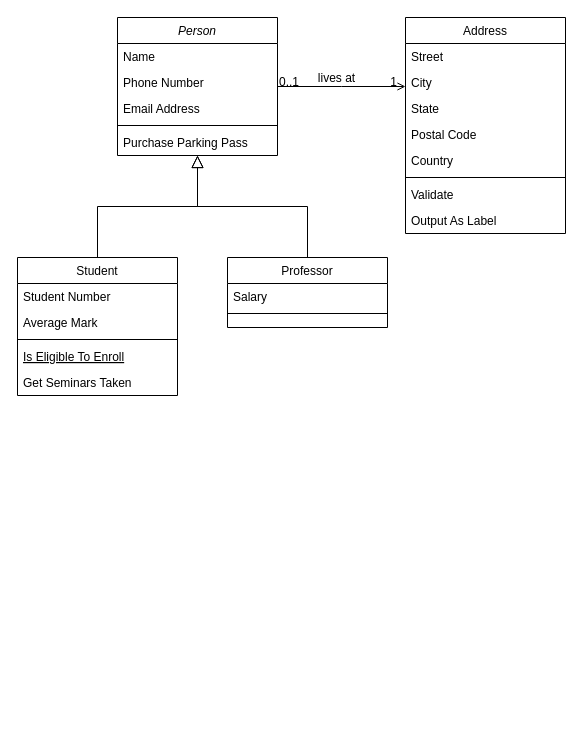
Bilaaaazaa/Web keeps this draw.io diagram as Class-Diagram-Perpus-Digital.drawio. Above is the earlier version. Source tidied: cells renumbered, new cells numbered last; positions are measured from the earlier drawing's top-left corner, leaving out a move shared by most shapes. Both pictures are drawn from the tidied source at 100%, with x=0, y=0 at pixel (17, 17).
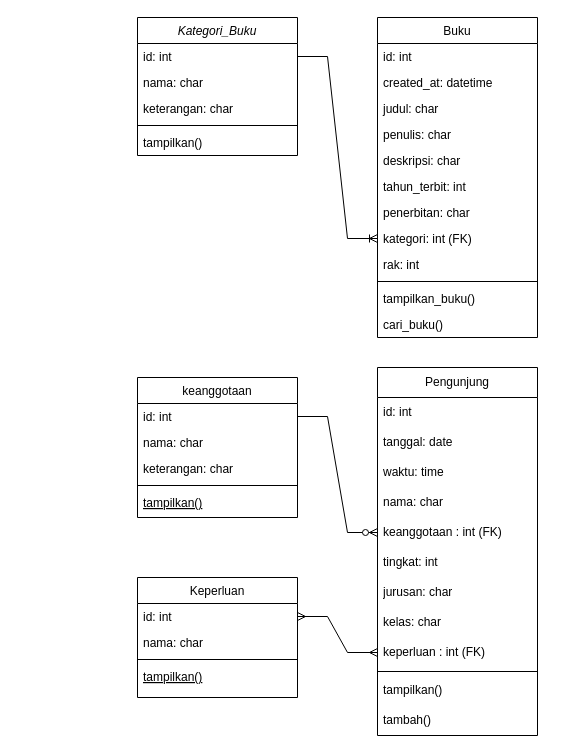
Above is the later version.

What changed in the source:
```diff
@@
-    <mxCell id="2" value="Person" style="swimlane;fontStyle=2;align=center;verticalAlign=top;horizontal=1;startSize=26;rounded=0;shadow=0;strokeWidth=1;" parent="1" vertex="1">
-      <mxGeometry x="100" width="160" height="138" as="geometry" />
+    <mxCell id="2" value="Kategori_Buku&#10;" style="swimlane;fontStyle=2;align=center;verticalAlign=top;horizontal=1;startSize=26;rounded=0;shadow=0;strokeWidth=1;" parent="1" vertex="1">
+      <mxGeometry x="120" width="160" height="138" as="geometry" />
     </mxCell>
-    <mxCell id="3" value="Name" style="text;align=left;verticalAlign=top;spacingLeft=4;spacingRight=4;overflow=hidden;points=[[0,0.5],[1,0.5]];portConstraint=eastwest;" parent="2" vertex="1">
+    <mxCell id="3" value="id: int" style="text;align=left;verticalAlign=top;spacingLeft=4;spacingRight=4;overflow=hidden;points=[[0,0.5],[1,0.5]];portConstraint=eastwest;" parent="2" vertex="1">
       <mxGeometry y="26" width="160" height="26" as="geometry" />
     </mxCell>
-    <mxCell id="4" value="Phone Number" style="text;align=left;verticalAlign=top;spacingLeft=4;spacingRight=4;overflow=hidden;rounded=0;shadow=0;html=0;" parent="2" vertex="1">
+    <mxCell id="4" value="nama: char" style="text;align=left;verticalAlign=top;spacingLeft=4;spacingRight=4;overflow=hidden;rounded=0;shadow=0;html=0;" parent="2" vertex="1">
       <mxGeometry y="52" width="160" height="26" as="geometry" />
     </mxCell>
-    <mxCell id="5" value="Email Address" style="text;align=left;verticalAlign=top;spacingLeft=4;spacingRight=4;overflow=hidden;rounded=0;shadow=0;html=0;" parent="2" vertex="1">
+    <mxCell id="5" value="keterangan: char" style="text;align=left;verticalAlign=top;spacingLeft=4;spacingRight=4;overflow=hidden;rounded=0;shadow=0;html=0;" parent="2" vertex="1">
       <mxGeometry y="78" width="160" height="26" as="geometry" />
     </mxCell>
@@
-    <mxCell id="7" value="Purchase Parking Pass" style="text;align=left;verticalAlign=top;spacingLeft=4;spacingRight=4;overflow=hidden;" parent="2" vertex="1">
+    <mxCell id="7" value="tampilkan()" style="text;align=left;verticalAlign=top;spacingLeft=4;spacingRight=4;overflow=hidden;" parent="2" vertex="1">
       <mxGeometry y="112" width="160" height="26" as="geometry" />
     </mxCell>
-    <mxCell id="8" value="Student" style="swimlane;fontStyle=0;align=center;verticalAlign=top;horizontal=1;startSize=26;rounded=0;shadow=0;strokeWidth=1;" parent="1" vertex="1">
-      <mxGeometry y="240" width="160" height="138" as="geometry" />
+    <mxCell id="8" value="keanggotaan" style="swimlane;fontStyle=0;align=center;verticalAlign=top;horizontal=1;startSize=26;rounded=0;shadow=0;strokeWidth=1;" parent="1" vertex="1">
+      <mxGeometry x="120" y="360" width="160" height="140" as="geometry" />
     </mxCell>
-    <mxCell id="9" value="Student Number" style="text;align=left;verticalAlign=top;spacingLeft=4;spacingRight=4;overflow=hidden;points=[[0,0.5],[1,0.5]];portConstraint=eastwest;" parent="8" vertex="1">
+    <mxCell id="9" value="id: int" style="text;align=left;verticalAlign=top;spacingLeft=4;spacingRight=4;overflow=hidden;points=[[0,0.5],[1,0.5]];portConstraint=eastwest;" parent="8" vertex="1">
       <mxGeometry y="26" width="160" height="26" as="geometry" />
     </mxCell>
-    <mxCell id="10" value="Average Mark" style="text;align=left;verticalAlign=top;spacingLeft=4;spacingRight=4;overflow=hidden;rounded=0;shadow=0;html=0;" parent="8" vertex="1">
+    <mxCell id="10" value="nama: char" style="text;align=left;verticalAlign=top;spacingLeft=4;spacingRight=4;overflow=hidden;rounded=0;shadow=0;html=0;" parent="8" vertex="1">
       <mxGeometry y="52" width="160" height="26" as="geometry" />
     </mxCell>
+    <mxCell id="32" value="keterangan: char" style="text;align=left;verticalAlign=top;spacingLeft=4;spacingRight=4;overflow=hidden;rounded=0;shadow=0;html=0;" parent="8" vertex="1">
+      <mxGeometry y="78" width="160" height="26" as="geometry" />
+    </mxCell>
     <mxCell id="11" style="line;html=1;strokeWidth=1;align=left;verticalAlign=middle;spacingTop=-1;spacingLeft=3;spacingRight=3;labelPosition=right;" parent="8" vertex="1">
-      <mxGeometry y="78" width="160" height="8" as="geometry" />
+      <mxGeometry y="104" width="160" height="8" as="geometry" />
     </mxCell>
-    <mxCell id="12" value="Is Eligible To Enroll" style="text;align=left;verticalAlign=top;spacingLeft=4;spacingRight=4;overflow=hidden;fontStyle=4;" parent="8" vertex="1">
-      <mxGeometry y="86" width="160" height="26" as="geometry" />
+    <mxCell id="12" value="tampilkan()" style="text;align=left;verticalAlign=top;spacingLeft=4;spacingRight=4;overflow=hidden;fontStyle=4;" parent="8" vertex="1">
+      <mxGeometry y="112" width="160" height="26" as="geometry" />
     </mxCell>
-    <mxCell id="13" value="Get Seminars Taken" style="text;align=left;verticalAlign=top;spacingLeft=4;spacingRight=4;overflow=hidden;" parent="8" vertex="1">
-      <mxGeometry y="112" width="160" height="26" as="geometry" />
-    </mxCell>
-    <mxCell id="14" style="endArrow=block;endSize=10;endFill=0;shadow=0;strokeWidth=1;rounded=0;edgeStyle=elbowEdgeStyle;elbow=vertical;" parent="1" edge="1" source="8" target="2">
-      <mxGeometry relative="1" as="geometry" />
-    </mxCell>
-    <mxCell id="15" value="Professor" style="swimlane;fontStyle=0;align=center;verticalAlign=top;horizontal=1;startSize=26;rounded=0;shadow=0;strokeWidth=1;" parent="1" vertex="1">
-      <mxGeometry x="210" y="240" width="160" height="70" as="geometry" />
-    </mxCell>
-    <mxCell id="16" value="Salary" style="text;align=left;verticalAlign=top;spacingLeft=4;spacingRight=4;overflow=hidden;" parent="15" vertex="1">
-      <mxGeometry y="26" width="160" height="26" as="geometry" />
-    </mxCell>
-    <mxCell id="17" style="line;html=1;strokeWidth=1;align=left;verticalAlign=middle;spacingTop=-1;spacingLeft=3;spacingRight=3;labelPosition=right;" parent="15" vertex="1">
-      <mxGeometry y="52" width="160" height="8" as="geometry" />
-    </mxCell>
-    <mxCell id="18" style="endArrow=block;endSize=10;endFill=0;shadow=0;strokeWidth=1;rounded=0;edgeStyle=elbowEdgeStyle;elbow=vertical;" parent="1" edge="1" source="15" target="2">
-      <mxGeometry relative="1" as="geometry" />
-    </mxCell>
-    <mxCell id="19" value="Address" style="swimlane;fontStyle=0;align=center;verticalAlign=top;horizontal=1;startSize=26;rounded=0;shadow=0;strokeWidth=1;" parent="1" vertex="1">
-      <mxGeometry x="388" width="160" height="216" as="geometry" />
+    <mxCell id="19" value="Buku&#10;" style="swimlane;fontStyle=0;align=center;verticalAlign=top;horizontal=1;startSize=26;rounded=0;shadow=0;strokeWidth=1;" parent="1" vertex="1">
+      <mxGeometry x="360" width="160" height="320" as="geometry" />
     </mxCell>
-    <mxCell id="20" value="Street" style="text;align=left;verticalAlign=top;spacingLeft=4;spacingRight=4;overflow=hidden;" parent="19" vertex="1">
+    <mxCell id="20" value="id: int" style="text;align=left;verticalAlign=top;spacingLeft=4;spacingRight=4;overflow=hidden;" parent="19" vertex="1">
       <mxGeometry y="26" width="160" height="26" as="geometry" />
     </mxCell>
-    <mxCell id="21" value="City" style="text;align=left;verticalAlign=top;spacingLeft=4;spacingRight=4;overflow=hidden;rounded=0;shadow=0;html=0;" parent="19" vertex="1">
+    <mxCell id="21" value="created_at: datetime" style="text;align=left;verticalAlign=top;spacingLeft=4;spacingRight=4;overflow=hidden;rounded=0;shadow=0;html=0;" parent="19" vertex="1">
       <mxGeometry y="52" width="160" height="26" as="geometry" />
     </mxCell>
-    <mxCell id="22" value="State" style="text;align=left;verticalAlign=top;spacingLeft=4;spacingRight=4;overflow=hidden;rounded=0;shadow=0;html=0;" parent="19" vertex="1">
+    <mxCell id="22" value="judul: char" style="text;align=left;verticalAlign=top;spacingLeft=4;spacingRight=4;overflow=hidden;rounded=0;shadow=0;html=0;" parent="19" vertex="1">
       <mxGeometry y="78" width="160" height="26" as="geometry" />
     </mxCell>
-    <mxCell id="23" value="Postal Code" style="text;align=left;verticalAlign=top;spacingLeft=4;spacingRight=4;overflow=hidden;rounded=0;shadow=0;html=0;" parent="19" vertex="1">
+    <mxCell id="23" value="penulis: char" style="text;align=left;verticalAlign=top;spacingLeft=4;spacingRight=4;overflow=hidden;rounded=0;shadow=0;html=0;" parent="19" vertex="1">
       <mxGeometry y="104" width="160" height="26" as="geometry" />
     </mxCell>
-    <mxCell id="24" value="Country" style="text;align=left;verticalAlign=top;spacingLeft=4;spacingRight=4;overflow=hidden;rounded=0;shadow=0;html=0;" parent="19" vertex="1">
+    <mxCell id="24" value="deskripsi: char" style="text;align=left;verticalAlign=top;spacingLeft=4;spacingRight=4;overflow=hidden;rounded=0;shadow=0;html=0;" parent="19" vertex="1">
       <mxGeometry y="130" width="160" height="26" as="geometry" />
     </mxCell>
+    <mxCell id="33" value="tahun_terbit: int" style="text;align=left;verticalAlign=top;spacingLeft=4;spacingRight=4;overflow=hidden;rounded=0;shadow=0;html=0;" parent="19" vertex="1">
+      <mxGeometry y="156" width="160" height="26" as="geometry" />
+    </mxCell>
+    <mxCell id="34" value="penerbitan: char" style="text;align=left;verticalAlign=top;spacingLeft=4;spacingRight=4;overflow=hidden;rounded=0;shadow=0;html=0;" parent="19" vertex="1">
+      <mxGeometry y="182" width="160" height="26" as="geometry" />
+    </mxCell>
+    <mxCell id="35" value="kategori: int (FK)" style="text;align=left;verticalAlign=top;spacingLeft=4;spacingRight=4;overflow=hidden;points=[[0,0.5],[1,0.5]];portConstraint=eastwest;rounded=0;shadow=0;html=0;" parent="19" vertex="1">
+      <mxGeometry y="208" width="160" height="26" as="geometry" />
+    </mxCell>
+    <mxCell id="36" value="rak: int" style="text;align=left;verticalAlign=top;spacingLeft=4;spacingRight=4;overflow=hidden;rounded=0;shadow=0;html=0;" parent="19" vertex="1">
+      <mxGeometry y="234" width="160" height="26" as="geometry" />
+    </mxCell>
     <mxCell id="25" style="line;html=1;strokeWidth=1;align=left;verticalAlign=middle;spacingTop=-1;spacingLeft=3;spacingRight=3;labelPosition=right;" parent="19" vertex="1">
-      <mxGeometry y="156" width="160" height="8" as="geometry" />
+      <mxGeometry y="260" width="160" height="8" as="geometry" />
     </mxCell>
-    <mxCell id="26" value="Validate" style="text;align=left;verticalAlign=top;spacingLeft=4;spacingRight=4;overflow=hidden;" parent="19" vertex="1">
-      <mxGeometry y="164" width="160" height="26" as="geometry" />
+    <mxCell id="26" value="tampilkan_buku()" style="text;align=left;verticalAlign=top;spacingLeft=4;spacingRight=4;overflow=hidden;" parent="19" vertex="1">
+      <mxGeometry y="268" width="160" height="26" as="geometry" />
     </mxCell>
-    <mxCell id="27" value="Output As Label" style="text;align=left;verticalAlign=top;spacingLeft=4;spacingRight=4;overflow=hidden;" parent="19" vertex="1">
-      <mxGeometry y="190" width="160" height="26" as="geometry" />
+    <mxCell id="27" value="cari_buku()" style="text;align=left;verticalAlign=top;spacingLeft=4;spacingRight=4;overflow=hidden;" parent="19" vertex="1">
+      <mxGeometry y="294" width="160" height="26" as="geometry" />
     </mxCell>
-    <mxCell id="28" style="endArrow=open;shadow=0;strokeWidth=1;rounded=0;endFill=1;edgeStyle=elbowEdgeStyle;elbow=vertical;" parent="1" edge="1" source="2" target="19">
-      <mxGeometry x="0.5" y="41" relative="1" as="geometry">
-        <mxPoint x="-40" y="32" as="offset" />
-      </mxGeometry>
-    </mxCell>
-    <mxCell id="29" value="0..1" style="align=left;verticalAlign=bottom;labelBackgroundColor=none;fontSize=12;" parent="28" vertex="1">
-      <mxGeometry x="-1" relative="1" as="geometry">
-        <mxPoint y="4" as="offset" />
-      </mxGeometry>
-    </mxCell>
-    <mxCell id="30" value="1" style="align=right;verticalAlign=bottom;labelBackgroundColor=none;fontSize=12;" parent="28" vertex="1">
-      <mxGeometry x="1" relative="1" as="geometry">
-        <mxPoint x="-7" y="4" as="offset" />
-      </mxGeometry>
-    </mxCell>
-    <mxCell id="31" value="lives at" style="text;html=1;align=center;verticalAlign=middle;labelBackgroundColor=none;rounded=0;shadow=0;strokeWidth=1;fontSize=12;" parent="28" vertex="1">
-      <mxGeometry x="0.5" y="49" relative="1" as="geometry">
-        <mxPoint x="-38" y="40" as="offset" />
-      </mxGeometry>
-    </mxCell>
+    <mxCell id="37" value="Pengunjung" style="swimlane;fontStyle=0;horizontal=1;startSize=30;whiteSpace=wrap;html=1;" parent="1" vertex="1">
+      <mxGeometry x="360" y="350" width="160" height="368" as="geometry" />
+    </mxCell>
+    <mxCell id="38" value="id: int" style="text;strokeColor=none;fillColor=none;align=left;verticalAlign=middle;spacingLeft=4;spacingRight=4;overflow=hidden;whiteSpace=wrap;html=1;" parent="37" vertex="1">
+      <mxGeometry y="30" width="160" height="30" as="geometry" />
+    </mxCell>
+    <mxCell id="39" value="tanggal: date" style="text;strokeColor=none;fillColor=none;align=left;verticalAlign=middle;spacingLeft=4;spacingRight=4;overflow=hidden;whiteSpace=wrap;html=1;" parent="37" vertex="1">
+      <mxGeometry y="60" width="160" height="30" as="geometry" />
+    </mxCell>
+    <mxCell id="40" value="waktu: time" style="text;strokeColor=none;fillColor=none;align=left;verticalAlign=middle;spacingLeft=4;spacingRight=4;overflow=hidden;whiteSpace=wrap;html=1;" parent="37" vertex="1">
+      <mxGeometry y="90" width="160" height="30" as="geometry" />
+    </mxCell>
+    <mxCell id="41" value="nama: char" style="text;strokeColor=none;fillColor=none;align=left;verticalAlign=middle;spacingLeft=4;spacingRight=4;overflow=hidden;whiteSpace=wrap;html=1;" parent="37" vertex="1">
+      <mxGeometry y="120" width="160" height="30" as="geometry" />
+    </mxCell>
+    <mxCell id="42" value="keanggotaan : int (FK)" style="text;strokeColor=none;fillColor=none;align=left;verticalAlign=middle;spacingLeft=4;spacingRight=4;overflow=hidden;points=[[0,0.5],[1,0.5]];portConstraint=eastwest;whiteSpace=wrap;html=1;" parent="37" vertex="1">
+      <mxGeometry y="150" width="160" height="30" as="geometry" />
+    </mxCell>
+    <mxCell id="43" value="tingkat: int" style="text;strokeColor=none;fillColor=none;align=left;verticalAlign=middle;spacingLeft=4;spacingRight=4;overflow=hidden;whiteSpace=wrap;html=1;" parent="37" vertex="1">
+      <mxGeometry y="180" width="160" height="30" as="geometry" />
+    </mxCell>
+    <mxCell id="44" value="jurusan: char" style="text;strokeColor=none;fillColor=none;align=left;verticalAlign=middle;spacingLeft=4;spacingRight=4;overflow=hidden;whiteSpace=wrap;html=1;" parent="37" vertex="1">
+      <mxGeometry y="210" width="160" height="30" as="geometry" />
+    </mxCell>
+    <mxCell id="45" value="kelas: char" style="text;strokeColor=none;fillColor=none;align=left;verticalAlign=middle;spacingLeft=4;spacingRight=4;overflow=hidden;whiteSpace=wrap;html=1;" parent="37" vertex="1">
+      <mxGeometry y="240" width="160" height="30" as="geometry" />
+    </mxCell>
+    <mxCell id="46" value="keperluan : int (FK)" style="text;strokeColor=none;fillColor=none;align=left;verticalAlign=middle;spacingLeft=4;spacingRight=4;overflow=hidden;points=[[0,0.5],[1,0.5]];portConstraint=eastwest;whiteSpace=wrap;html=1;" parent="37" vertex="1">
+      <mxGeometry y="270" width="160" height="30" as="geometry" />
+    </mxCell>
+    <mxCell id="47" style="line;html=1;strokeWidth=1;align=left;verticalAlign=middle;spacingTop=-1;spacingLeft=3;spacingRight=3;labelPosition=right;" parent="37" vertex="1">
+      <mxGeometry y="300" width="160" height="8" as="geometry" />
+    </mxCell>
+    <mxCell id="48" value="tampilkan()" style="text;strokeColor=none;fillColor=none;align=left;verticalAlign=middle;spacingLeft=4;spacingRight=4;overflow=hidden;whiteSpace=wrap;html=1;" parent="37" vertex="1">
+      <mxGeometry y="308" width="160" height="30" as="geometry" />
+    </mxCell>
+    <mxCell id="49" value="tambah()" style="text;strokeColor=none;fillColor=none;align=left;verticalAlign=middle;spacingLeft=4;spacingRight=4;overflow=hidden;whiteSpace=wrap;html=1;" parent="37" vertex="1">
+      <mxGeometry y="338" width="160" height="30" as="geometry" />
+    </mxCell>
+    <mxCell id="50" value="Keperluan" style="swimlane;fontStyle=0;align=center;verticalAlign=top;horizontal=1;startSize=26;rounded=0;shadow=0;strokeWidth=1;" parent="1" vertex="1">
+      <mxGeometry x="120" y="560" width="160" height="120" as="geometry" />
+    </mxCell>
+    <mxCell id="51" value="id: int" style="text;align=left;verticalAlign=top;spacingLeft=4;spacingRight=4;overflow=hidden;points=[[0,0.5],[1,0.5]];portConstraint=eastwest;" parent="50" vertex="1">
+      <mxGeometry y="26" width="160" height="26" as="geometry" />
+    </mxCell>
+    <mxCell id="52" value="nama: char" style="text;align=left;verticalAlign=top;spacingLeft=4;spacingRight=4;overflow=hidden;rounded=0;shadow=0;html=0;" parent="50" vertex="1">
+      <mxGeometry y="52" width="160" height="26" as="geometry" />
+    </mxCell>
+    <mxCell id="53" style="line;html=1;strokeWidth=1;align=left;verticalAlign=middle;spacingTop=-1;spacingLeft=3;spacingRight=3;labelPosition=right;" parent="50" vertex="1">
+      <mxGeometry y="78" width="160" height="8" as="geometry" />
+    </mxCell>
+    <mxCell id="54" value="tampilkan()" style="text;align=left;verticalAlign=top;spacingLeft=4;spacingRight=4;overflow=hidden;fontStyle=4;" parent="50" vertex="1">
+      <mxGeometry y="86" width="160" height="26" as="geometry" />
+    </mxCell>
+    <mxCell id="55" style="edgeStyle=entityRelationEdgeStyle;fontSize=12;html=1;endArrow=ERzeroToMany;endFill=1;rounded=0;exitX=1;exitY=0.5;exitDx=0;exitDy=0;" parent="1" edge="1" source="9" target="42">
+      <mxGeometry relative="1" as="geometry" />
+    </mxCell>
+    <mxCell id="56" style="edgeStyle=entityRelationEdgeStyle;fontSize=12;html=1;endArrow=ERmany;startArrow=ERmany;rounded=0;exitX=1;exitY=0.5;exitDx=0;exitDy=0;entryX=0;entryY=0.5;entryDx=0;entryDy=0;" parent="1" edge="1" source="51" target="46">
+      <mxGeometry relative="1" as="geometry" />
+    </mxCell>
+    <mxCell id="57" style="edgeStyle=entityRelationEdgeStyle;fontSize=12;html=1;endArrow=ERoneToMany;rounded=0;exitX=1;exitY=0.5;exitDx=0;exitDy=0;" parent="1" edge="1" source="3" target="35">
+      <mxGeometry relative="1" as="geometry" />
+    </mxCell>
```
